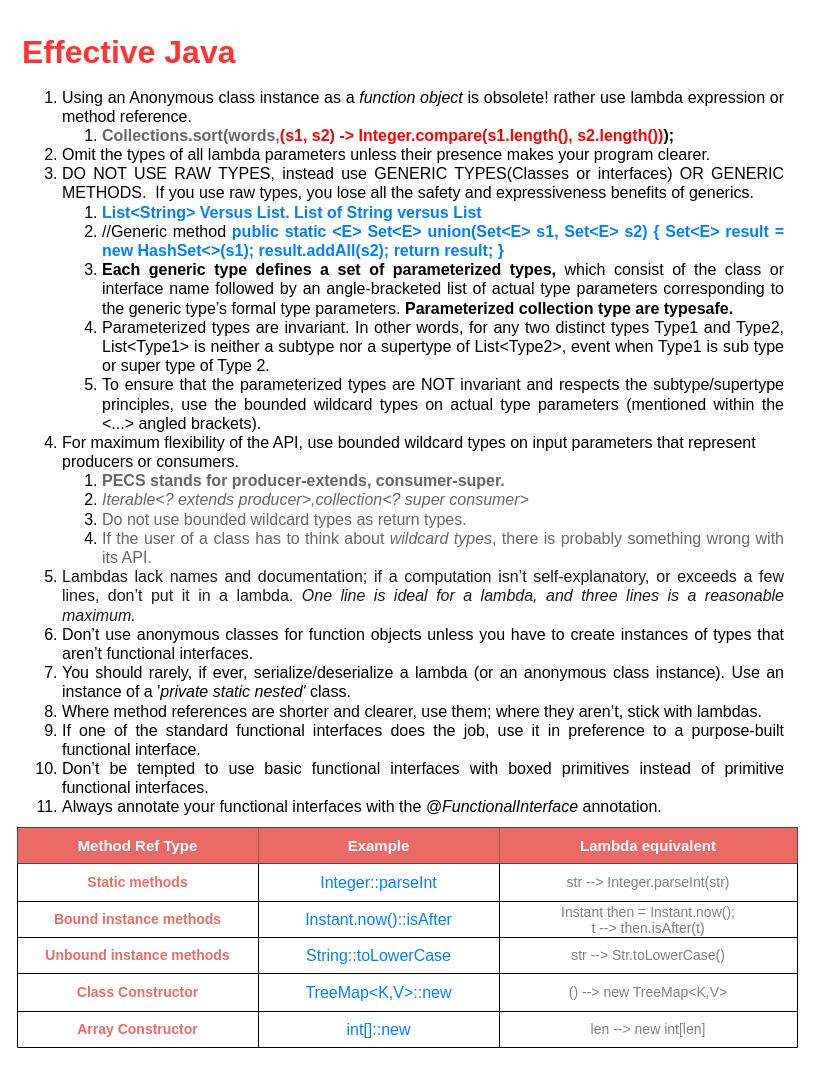
Above: page "Page-7" (6 of 6) of Java Collection Framework Data Structures.drawio in gaurjain/drawio (draw.io), before the change. Source tidied: cells renumbered, new cells numbered last; positions are measured from the earlier drawing's top-left corner, leaving out a move shared by most shapes. Both pictures are drawn from the tidied source at 100%, with x=0, y=0 at pixel (17, 27).
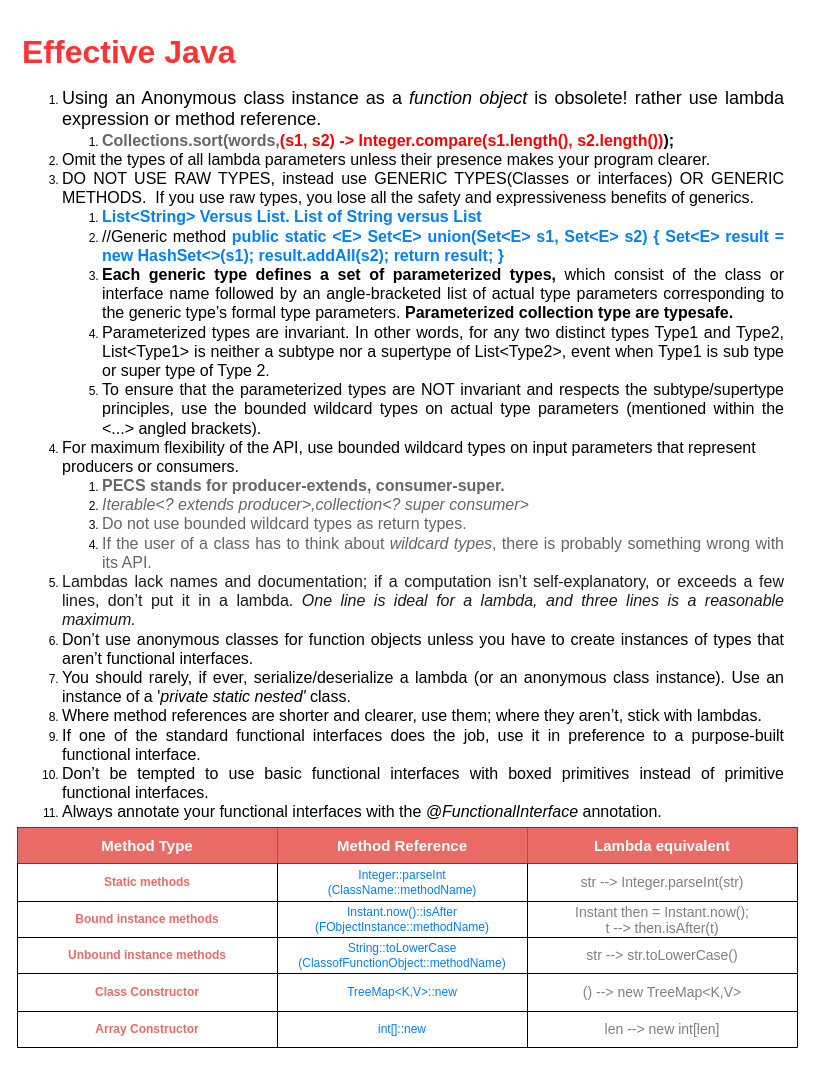
The same page after the edit.

Unchanged cells that the change refers to:
```xml
<mxCell id="4" style="shape=partialRectangle;html=1;whiteSpace=wrap;fillColor=none;top=0;left=0;bottom=0;right=0;" parent="3" vertex="1">
  <mxGeometry width="780" height="36" as="geometry" />
</mxCell>
<mxCell id="8" style="shape=partialRectangle;html=1;whiteSpace=wrap;fillColor=none;top=0;left=0;bottom=0;right=0;" parent="3" vertex="1">
  <mxGeometry y="36" width="780" height="38" as="geometry" />
</mxCell>
<mxCell id="12" style="shape=partialRectangle;html=1;whiteSpace=wrap;fillColor=none;top=0;left=0;bottom=0;right=0;" parent="3" vertex="1">
  <mxGeometry y="74" width="780" height="36" as="geometry" />
</mxCell>
<mxCell id="16" style="shape=partialRectangle;html=1;whiteSpace=wrap;fillColor=none;top=0;left=0;bottom=0;right=0;" parent="3" vertex="1">
  <mxGeometry y="110" width="780" height="36" as="geometry" />
</mxCell>
<mxCell id="20" style="shape=partialRectangle;html=1;whiteSpace=wrap;fillColor=none;top=0;left=0;bottom=0;right=0;" parent="3" vertex="1">
  <mxGeometry y="146" width="780" height="38" as="geometry" />
</mxCell>
<mxCell id="24" style="shape=partialRectangle;html=1;whiteSpace=wrap;fillColor=none;top=0;left=0;bottom=0;right=0;" parent="3" vertex="1">
  <mxGeometry y="184" width="780" height="36" as="geometry" />
</mxCell>
```

What changed in the source:
```diff
@@
-    <mxCell id="2" value="&lt;h1 style=&quot;text-align: justify&quot;&gt;&lt;font color=&quot;#ff3333&quot; style=&quot;font-size: 32px&quot;&gt;Effective Java&lt;/font&gt;&lt;/h1&gt;&lt;p&gt;&lt;/p&gt;&lt;ol style=&quot;font-size: 16px&quot;&gt;&lt;li style=&quot;text-align: justify&quot;&gt;&lt;font style=&quot;font-size: 16px&quot;&gt;Using an Anonymous class instance as a &lt;i&gt;function object&lt;/i&gt; is obsolete! rather use lambda expression or method reference.&lt;/font&gt;&lt;/li&gt;&lt;ol&gt;&lt;li style=&quot;text-align: justify&quot;&gt;&lt;font style=&quot;font-size: 16px&quot;&gt;&lt;b&gt;&lt;font color=&quot;#666666&quot; style=&quot;font-size: 16px&quot;&gt;Collections.sort(words,&lt;/font&gt;&lt;font color=&quot;#ff0000&quot; style=&quot;font-size: 16px&quot;&gt;(s1, s2) -&amp;gt; Integer.compare(s1.length(), s2.length())&lt;/font&gt;);&lt;/b&gt;&lt;/font&gt;&lt;/li&gt;&lt;/ol&gt;&lt;li style=&quot;text-align: justify&quot;&gt;&lt;font style=&quot;font-size: 16px&quot;&gt;Omit the types of all lambda parameters unless their presence makes your program clearer.&lt;br&gt;&lt;/font&gt;&lt;/li&gt;&lt;li style=&quot;text-align: justify&quot;&gt;&lt;font style=&quot;font-size: 16px&quot;&gt;DO NOT USE RAW TYPES, instead use GENERIC TYPES(Classes or interfaces) OR GENERIC METHODS.&amp;nbsp;&lt;/font&gt;&amp;nbsp;If you use raw types, you lose all the &lt;span&gt;safety and expressiveness benefits of generics.&lt;/span&gt;&lt;/li&gt;&lt;ol&gt;&lt;li style=&quot;text-align: justify&quot;&gt;&lt;span&gt;&lt;font color=&quot;#007fff&quot; style=&quot;font-size: 16px&quot;&gt;&lt;b&gt;List&amp;lt;String&amp;gt; Versus List. List of String versus List&lt;/b&gt;&lt;/font&gt;&lt;/span&gt;&lt;/li&gt;&lt;li style=&quot;text-align: justify&quot;&gt;&lt;span&gt;&lt;font style=&quot;font-size: 16px&quot;&gt;//Generic method&amp;nbsp;&lt;/font&gt;&lt;/span&gt;&lt;b&gt;&lt;font color=&quot;#007fff&quot; style=&quot;font-size: 16px&quot;&gt;public static &amp;lt;E&amp;gt; Set&amp;lt;E&amp;gt; union(Set&amp;lt;E&amp;gt; s1, Set&amp;lt;E&amp;gt; s2) { Set&amp;lt;E&amp;gt; result = new HashSet&amp;lt;&amp;gt;(s1); result.addAll(s2); return result; }&lt;/font&gt;&lt;/b&gt;&lt;/li&gt;&lt;li style=&quot;text-align: justify&quot;&gt;&lt;font style=&quot;font-size: 16px&quot;&gt;&lt;b&gt;Each generic type defines a set of parameterized types,&lt;/b&gt;&lt;span&gt; which consist of the class or interface name followed by an angle-bracketed list of actual type parameters corresponding to the generic type’s formal type parameters.&amp;nbsp;&lt;/span&gt;&lt;b&gt;Parameterized collection type are typesafe.&lt;/b&gt;&lt;/font&gt;&lt;/li&gt;&lt;li style=&quot;text-align: justify&quot;&gt;&lt;font style=&quot;font-size: 16px&quot;&gt;Parameterized types are invariant. In other words, for any two distinct types Type1 and Type2, List&amp;lt;Type1&amp;gt; is neither a subtype nor a supertype of List&amp;lt;Type2&amp;gt;, event when Type1 is sub type or super type of Type 2.&amp;nbsp;&lt;/font&gt;&lt;/li&gt;&lt;li style=&quot;text-align: justify&quot;&gt;&lt;font style=&quot;font-size: 16px&quot;&gt;To ensure that the parameterized types are NOT invariant and respects the subtype/supertype principles, use the bounded wildcard types on actual type parameters (mentioned within the &amp;lt;...&amp;gt; angled brackets).&amp;nbsp;&lt;/font&gt;&lt;/li&gt;&lt;/ol&gt;&lt;li&gt;&lt;span style=&quot;text-align: justify&quot;&gt;For maximum flexibility of the API,&amp;nbsp;use bounded wildcard types on input parameters that represent producers or consumers.&amp;nbsp;&lt;/span&gt;&lt;/li&gt;&lt;ol&gt;&lt;li&gt;&lt;b style=&quot;text-align: justify&quot;&gt;&lt;font color=&quot;#666666&quot; style=&quot;font-size: 16px&quot;&gt;PECS stands for producer-extends, consumer-super.&amp;nbsp;&lt;/font&gt;&lt;/b&gt;&lt;/li&gt;&lt;li&gt;&lt;i style=&quot;text-align: justify&quot;&gt;&lt;font color=&quot;#666666&quot; style=&quot;font-size: 16px&quot;&gt;Iterable&amp;lt;? extends producer&amp;gt;,collection&amp;lt;? super consumer&amp;gt;&lt;/font&gt;&lt;/i&gt;&lt;/li&gt;&lt;li style=&quot;text-align: justify&quot;&gt;&lt;font color=&quot;#666666&quot; style=&quot;font-size: 16px&quot;&gt;Do not use bounded wildcard types as return types.&lt;/font&gt;&lt;/li&gt;&lt;li style=&quot;text-align: justify&quot;&gt;&lt;font style=&quot;font-size: 16px&quot;&gt;&lt;font color=&quot;#666666&quot; style=&quot;font-size: 16px&quot;&gt;If the user of a class has to think about &lt;i&gt;wildcard types&lt;/i&gt;, there is probably something wrong with its API.&lt;/font&gt;&lt;br&gt;&lt;/font&gt;&lt;/li&gt;&lt;/ol&gt;&lt;li style=&quot;text-align: justify&quot;&gt;&lt;font style=&quot;font-size: 16px&quot;&gt;&lt;font color=&quot;#1a1a1a&quot; style=&quot;font-size: 16px&quot;&gt;Lambdas lack names and documentation; if a computation isn’t self-explanatory, or exceeds a few lines, don’t put it in a lambda.&amp;nbsp;&lt;/font&gt;&lt;i&gt;&lt;font color=&quot;#1a1a1a&quot; style=&quot;font-size: 16px&quot;&gt;One line is ideal for a lambda, and three lines is a reasonable maximum.&lt;/font&gt;&lt;br&gt;&lt;/i&gt;&lt;/font&gt;&lt;/li&gt;&lt;li style=&quot;text-align: justify&quot;&gt;&lt;font style=&quot;font-size: 16px&quot;&gt;Don’t use anonymous classes for function objects unless you have to create instances of types that aren’t functional interfaces.&amp;nbsp;&lt;br&gt;&lt;/font&gt;&lt;/li&gt;&lt;li style=&quot;text-align: justify&quot;&gt;&lt;font style=&quot;font-size: 16px&quot;&gt;You should rarely, if ever, serialize/deserialize a lambda (or an anonymous class instance). Use an instance of a '&lt;i&gt;private static nested'&lt;/i&gt; class.&lt;br&gt;&lt;/font&gt;&lt;/li&gt;&lt;li style=&quot;text-align: justify&quot;&gt;&lt;font style=&quot;font-size: 16px&quot;&gt;Where method references are shorter and clearer, use them; where they aren’t, stick with lambdas.&lt;br&gt;&lt;/font&gt;&lt;/li&gt;&lt;li style=&quot;text-align: justify&quot;&gt;&lt;font style=&quot;font-size: 16px&quot;&gt;If one of the standard functional interfaces does the job, use it in preference to a purpose-built functional interface.&lt;br&gt;&lt;/font&gt;&lt;/li&gt;&lt;li style=&quot;text-align: justify&quot;&gt;&lt;font style=&quot;font-size: 16px&quot;&gt;Don’t be tempted to use basic functional interfaces with boxed primitives instead of primitive functional interfaces.&lt;br&gt;&lt;/font&gt;&lt;/li&gt;&lt;li style=&quot;text-align: justify&quot;&gt;&lt;font style=&quot;font-size: 16px&quot;&gt;Always annotate your functional interfaces with the &lt;i&gt;@FunctionalInterface&lt;/i&gt; annotation.&lt;/font&gt;&lt;/li&gt;&lt;/ol&gt;&lt;p&gt;&lt;/p&gt;" style="text;html=1;strokeColor=none;fillColor=none;spacing=5;spacingTop=-20;whiteSpace=wrap;overflow=hidden;rounded=0;" parent="1" vertex="1">
+    <mxCell id="2" value="&lt;h1 style=&quot;text-align: justify&quot;&gt;&lt;font color=&quot;#ff3333&quot; style=&quot;font-size: 32px&quot;&gt;Effective Java&lt;/font&gt;&lt;/h1&gt;&lt;p&gt;&lt;/p&gt;&lt;ol&gt;&lt;li style=&quot;text-align: justify&quot;&gt;&lt;font style=&quot;font-size: 18px&quot;&gt;Using an Anonymous class instance as a &lt;i&gt;function object&lt;/i&gt; is obsolete! rather use lambda expression or method reference.&lt;/font&gt;&lt;/li&gt;&lt;ol&gt;&lt;li style=&quot;text-align: justify&quot;&gt;&lt;font size=&quot;3&quot;&gt;&lt;b&gt;&lt;font color=&quot;#666666&quot;&gt;Collections.sort(words,&lt;/font&gt;&lt;font color=&quot;#ff0000&quot;&gt;(s1, s2) -&amp;gt; Integer.compare(s1.length(), s2.length())&lt;/font&gt;);&lt;/b&gt;&lt;/font&gt;&lt;/li&gt;&lt;/ol&gt;&lt;li style=&quot;text-align: justify&quot;&gt;&lt;font size=&quot;3&quot;&gt;Omit the types of all lambda parameters unless their presence makes your program clearer.&lt;br&gt;&lt;/font&gt;&lt;/li&gt;&lt;li style=&quot;text-align: justify&quot;&gt;&lt;font size=&quot;3&quot;&gt;&lt;font&gt;DO NOT USE RAW TYPES, instead use GENERIC TYPES(Classes or interfaces) OR GENERIC METHODS.&amp;nbsp;&lt;/font&gt;&amp;nbsp;If you use raw types, you lose all the &lt;span&gt;safety and expressiveness benefits of generics.&lt;/span&gt;&lt;/font&gt;&lt;/li&gt;&lt;ol&gt;&lt;li style=&quot;text-align: justify&quot;&gt;&lt;span&gt;&lt;font color=&quot;#007fff&quot; size=&quot;3&quot;&gt;&lt;b&gt;List&amp;lt;String&amp;gt; Versus List. List of String versus List&lt;/b&gt;&lt;/font&gt;&lt;/span&gt;&lt;/li&gt;&lt;li style=&quot;text-align: justify&quot;&gt;&lt;font size=&quot;3&quot;&gt;&lt;span&gt;&lt;font&gt;//Generic method&amp;nbsp;&lt;/font&gt;&lt;/span&gt;&lt;b&gt;&lt;font color=&quot;#007fff&quot;&gt;public static &amp;lt;E&amp;gt; Set&amp;lt;E&amp;gt; union(Set&amp;lt;E&amp;gt; s1, Set&amp;lt;E&amp;gt; s2) { Set&amp;lt;E&amp;gt; result = new HashSet&amp;lt;&amp;gt;(s1); result.addAll(s2); return result; }&lt;/font&gt;&lt;/b&gt;&lt;/font&gt;&lt;/li&gt;&lt;li style=&quot;text-align: justify&quot;&gt;&lt;font size=&quot;3&quot;&gt;&lt;b&gt;Each generic type defines a set of parameterized types,&lt;/b&gt;&lt;span&gt; which consist of the class or interface name followed by an angle-bracketed list of actual type parameters corresponding to the generic type’s formal type parameters.&amp;nbsp;&lt;/span&gt;&lt;b&gt;Parameterized collection type are typesafe.&lt;/b&gt;&lt;/font&gt;&lt;/li&gt;&lt;li style=&quot;text-align: justify&quot;&gt;&lt;font size=&quot;3&quot;&gt;Parameterized types are invariant. In other words, for any two distinct types Type1 and Type2, List&amp;lt;Type1&amp;gt; is neither a subtype nor a supertype of List&amp;lt;Type2&amp;gt;, event when Type1 is sub type or super type of Type 2.&amp;nbsp;&lt;/font&gt;&lt;/li&gt;&lt;li style=&quot;text-align: justify&quot;&gt;&lt;font size=&quot;3&quot;&gt;To ensure that the parameterized types are NOT invariant and respects the subtype/supertype principles, use the bounded wildcard types on actual type parameters (mentioned within the &amp;lt;...&amp;gt; angled brackets).&amp;nbsp;&lt;/font&gt;&lt;/li&gt;&lt;/ol&gt;&lt;li&gt;&lt;span style=&quot;text-align: justify&quot;&gt;&lt;font size=&quot;3&quot;&gt;For maximum flexibility of the API,&amp;nbsp;use bounded wildcard types on input parameters that represent producers or consumers.&amp;nbsp;&lt;/font&gt;&lt;/span&gt;&lt;/li&gt;&lt;ol&gt;&lt;li&gt;&lt;b style=&quot;text-align: justify&quot;&gt;&lt;font color=&quot;#666666&quot; size=&quot;3&quot;&gt;PECS stands for producer-extends, consumer-super.&amp;nbsp;&lt;/font&gt;&lt;/b&gt;&lt;/li&gt;&lt;li&gt;&lt;i style=&quot;text-align: justify&quot;&gt;&lt;font color=&quot;#666666&quot; size=&quot;3&quot;&gt;Iterable&amp;lt;? extends producer&amp;gt;,collection&amp;lt;? super consumer&amp;gt;&lt;/font&gt;&lt;/i&gt;&lt;/li&gt;&lt;li style=&quot;text-align: justify&quot;&gt;&lt;font color=&quot;#666666&quot; size=&quot;3&quot;&gt;Do not use bounded wildcard types as return types.&lt;/font&gt;&lt;/li&gt;&lt;li style=&quot;text-align: justify&quot;&gt;&lt;font size=&quot;3&quot;&gt;&lt;font color=&quot;#666666&quot;&gt;If the user of a class has to think about &lt;i&gt;wildcard types&lt;/i&gt;, there is probably something wrong with its API.&lt;/font&gt;&lt;br&gt;&lt;/font&gt;&lt;/li&gt;&lt;/ol&gt;&lt;li style=&quot;text-align: justify&quot;&gt;&lt;font size=&quot;3&quot;&gt;&lt;font color=&quot;#1a1a1a&quot;&gt;Lambdas lack names and documentation; if a computation isn’t self-explanatory, or exceeds a few lines, don’t put it in a lambda.&amp;nbsp;&lt;/font&gt;&lt;i&gt;&lt;font color=&quot;#1a1a1a&quot;&gt;One line is ideal for a lambda, and three lines is a reasonable maximum.&lt;/font&gt;&lt;br&gt;&lt;/i&gt;&lt;/font&gt;&lt;/li&gt;&lt;li style=&quot;text-align: justify&quot;&gt;&lt;font size=&quot;3&quot;&gt;Don’t use anonymous classes for function objects unless you have to create instances of types that aren’t functional interfaces.&amp;nbsp;&lt;br&gt;&lt;/font&gt;&lt;/li&gt;&lt;li style=&quot;text-align: justify&quot;&gt;&lt;font size=&quot;3&quot;&gt;You should rarely, if ever, serialize/deserialize a lambda (or an anonymous class instance). Use an instance of a '&lt;i&gt;private static nested'&lt;/i&gt; class.&lt;br&gt;&lt;/font&gt;&lt;/li&gt;&lt;li style=&quot;text-align: justify&quot;&gt;&lt;font size=&quot;3&quot;&gt;Where method references are shorter and clearer, use them; where they aren’t, stick with lambdas.&lt;br&gt;&lt;/font&gt;&lt;/li&gt;&lt;li style=&quot;text-align: justify&quot;&gt;&lt;font size=&quot;3&quot;&gt;If one of the standard functional interfaces does the job, use it in preference to a purpose-built functional interface.&lt;br&gt;&lt;/font&gt;&lt;/li&gt;&lt;li style=&quot;text-align: justify&quot;&gt;&lt;font size=&quot;3&quot;&gt;Don’t be tempted to use basic functional interfaces with boxed primitives instead of primitive functional interfaces.&lt;br&gt;&lt;/font&gt;&lt;/li&gt;&lt;li style=&quot;text-align: justify&quot;&gt;&lt;font size=&quot;3&quot;&gt;Always annotate your functional interfaces with the &lt;i&gt;@FunctionalInterface&lt;/i&gt; annotation.&lt;/font&gt;&lt;/li&gt;&lt;/ol&gt;&lt;p&gt;&lt;/p&gt;" style="text;html=1;strokeColor=none;fillColor=none;spacing=5;spacingTop=-20;whiteSpace=wrap;overflow=hidden;rounded=0;" parent="1" vertex="1">
       <mxGeometry width="770" height="800" as="geometry" />
     </mxCell>
@@
-    <mxCell id="5" value="Method Ref Type" style="shape=partialRectangle;html=1;whiteSpace=wrap;overflow=hidden;top=0;left=0;bottom=0;right=0;fontSize=15;fontStyle=1;fontColor=#ffffff;strokeColor=none;fillColor=#EA6B66;" parent="4" vertex="1">
-      <mxGeometry width="241" height="36" as="geometry" />
+    <mxCell id="5" value="Method Type" style="shape=partialRectangle;html=1;whiteSpace=wrap;overflow=hidden;top=0;left=0;bottom=0;right=0;fontSize=15;fontStyle=1;fontColor=#ffffff;strokeColor=none;fillColor=#EA6B66;" parent="4" vertex="1">
+      <mxGeometry width="260" height="36" as="geometry" />
     </mxCell>
-    <mxCell id="6" value="Example" style="shape=partialRectangle;html=1;whiteSpace=wrap;overflow=hidden;top=0;left=0;bottom=0;right=0;fontSize=15;fontStyle=1;fontColor=#ffffff;strokeColor=none;fillColor=#EA6B66;" parent="4" vertex="1">
-      <mxGeometry x="241" width="241" height="36" as="geometry" />
+    <mxCell id="6" value="Method Reference" style="shape=partialRectangle;html=1;whiteSpace=wrap;overflow=hidden;top=0;left=0;bottom=0;right=0;fontSize=15;fontStyle=1;fontColor=#ffffff;strokeColor=none;fillColor=#EA6B66;" parent="4" vertex="1">
+      <mxGeometry x="260" width="250" height="36" as="geometry" />
     </mxCell>
     <mxCell id="7" value="Lambda equivalent" style="shape=partialRectangle;html=1;whiteSpace=wrap;overflow=hidden;top=0;left=0;bottom=0;right=0;fontSize=15;fontStyle=1;fontColor=#ffffff;strokeColor=none;fillColor=#EA6B66;" parent="4" vertex="1">
-      <mxGeometry x="482" width="298" height="36" as="geometry" />
+      <mxGeometry x="510" width="270" height="36" as="geometry" />
     </mxCell>
@@
-    <mxCell id="9" value="Static methods" style="shape=partialRectangle;html=1;whiteSpace=wrap;overflow=hidden;fillColor=none;top=0;left=0;bottom=0;right=0;fontSize=14;fontColor=#EA6B66;fontStyle=1;" parent="8" vertex="1">
-      <mxGeometry width="241" height="38" as="geometry" />
+    <mxCell id="9" value="Static methods" style="shape=partialRectangle;html=1;whiteSpace=wrap;overflow=hidden;fillColor=none;top=0;left=0;bottom=0;right=0;fontSize=12;fontColor=#EA6B66;fontStyle=1;" parent="8" vertex="1">
+      <mxGeometry width="260" height="38" as="geometry" />
     </mxCell>
-    <mxCell id="10" value="Integer::parseInt" style="shape=partialRectangle;html=1;whiteSpace=wrap;overflow=hidden;fillColor=none;top=0;left=0;bottom=0;right=0;fontColor=#007FFF;fontSize=16;" parent="8" vertex="1">
-      <mxGeometry x="241" width="241" height="38" as="geometry" />
+    <mxCell id="10" value="Integer::parseInt &lt;br&gt;(ClassName::methodName)" style="shape=partialRectangle;html=1;whiteSpace=wrap;overflow=hidden;fillColor=none;top=0;left=0;bottom=0;right=0;fontColor=#007FFF;fontSize=12;" parent="8" vertex="1">
+      <mxGeometry x="260" width="250" height="38" as="geometry" />
     </mxCell>
     <mxCell id="11" value="str --&amp;gt; Integer.parseInt(str)" style="shape=partialRectangle;html=1;whiteSpace=wrap;overflow=hidden;fillColor=none;top=0;left=0;bottom=0;right=0;fontColor=#808080;fontSize=14;" parent="8" vertex="1">
-      <mxGeometry x="482" width="298" height="38" as="geometry" />
+      <mxGeometry x="510" width="270" height="38" as="geometry" />
     </mxCell>
@@
-    <mxCell id="13" value="Bound instance methods" style="shape=partialRectangle;html=1;whiteSpace=wrap;overflow=hidden;fillColor=none;top=0;left=0;bottom=0;right=0;fontSize=14;fontColor=#EA6B66;fontStyle=1;" parent="12" vertex="1">
-      <mxGeometry width="241" height="36" as="geometry" />
+    <mxCell id="13" value="Bound instance methods" style="shape=partialRectangle;html=1;whiteSpace=wrap;overflow=hidden;fillColor=none;top=0;left=0;bottom=0;right=0;fontSize=12;fontColor=#EA6B66;fontStyle=1;" parent="12" vertex="1">
+      <mxGeometry width="260" height="36" as="geometry" />
     </mxCell>
-    <mxCell id="14" value="Instant.now()::isAfter" style="shape=partialRectangle;html=1;whiteSpace=wrap;overflow=hidden;fillColor=none;top=0;left=0;bottom=0;right=0;fontColor=#007FFF;fontSize=16;" parent="12" vertex="1">
-      <mxGeometry x="241" width="241" height="36" as="geometry" />
+    <mxCell id="14" value="Instant.now()::isAfter&lt;br&gt;(FObjectInstance::methodName)" style="shape=partialRectangle;html=1;whiteSpace=wrap;overflow=hidden;fillColor=none;top=0;left=0;bottom=0;right=0;fontColor=#007FFF;fontSize=12;" parent="12" vertex="1">
+      <mxGeometry x="260" width="250" height="36" as="geometry" />
     </mxCell>
     <mxCell id="15" value="Instant then = Instant.now();&lt;br style=&quot;font-size: 14px;&quot;&gt;t --&amp;gt; then.isAfter(t)" style="shape=partialRectangle;html=1;whiteSpace=wrap;overflow=hidden;fillColor=none;top=0;left=0;bottom=0;right=0;fontColor=#808080;fontSize=14;" parent="12" vertex="1">
-      <mxGeometry x="482" width="298" height="36" as="geometry" />
+      <mxGeometry x="510" width="270" height="36" as="geometry" />
     </mxCell>
@@
-    <mxCell id="17" value="Unbound instance methods" style="shape=partialRectangle;html=1;whiteSpace=wrap;overflow=hidden;fillColor=none;top=0;left=0;bottom=0;right=0;fontSize=14;fontColor=#EA6B66;fontStyle=1;" parent="16" vertex="1">
-      <mxGeometry width="241" height="36" as="geometry" />
+    <mxCell id="17" value="Unbound instance methods" style="shape=partialRectangle;html=1;whiteSpace=wrap;overflow=hidden;fillColor=none;top=0;left=0;bottom=0;right=0;fontSize=12;fontColor=#EA6B66;fontStyle=1;" parent="16" vertex="1">
+      <mxGeometry width="260" height="36" as="geometry" />
     </mxCell>
-    <mxCell id="18" value="String::toLowerCase" style="shape=partialRectangle;html=1;whiteSpace=wrap;overflow=hidden;fillColor=none;top=0;left=0;bottom=0;right=0;fontColor=#007FFF;fontSize=16;" parent="16" vertex="1">
-      <mxGeometry x="241" width="241" height="36" as="geometry" />
+    <mxCell id="18" value="String::toLowerCase&lt;br&gt;(ClassofFunctionObject::methodName)" style="shape=partialRectangle;html=1;whiteSpace=wrap;overflow=hidden;fillColor=none;top=0;left=0;bottom=0;right=0;fontColor=#007FFF;fontSize=12;" parent="16" vertex="1">
+      <mxGeometry x="260" width="250" height="36" as="geometry" />
     </mxCell>
-    <mxCell id="19" value="str --&amp;gt; Str.toLowerCase()" style="shape=partialRectangle;html=1;whiteSpace=wrap;overflow=hidden;fillColor=none;top=0;left=0;bottom=0;right=0;fontColor=#808080;fontSize=14;" parent="16" vertex="1">
-      <mxGeometry x="482" width="298" height="36" as="geometry" />
+    <mxCell id="19" value="str --&amp;gt; str.toLowerCase()" style="shape=partialRectangle;html=1;whiteSpace=wrap;overflow=hidden;fillColor=none;top=0;left=0;bottom=0;right=0;fontColor=#808080;fontSize=14;" parent="16" vertex="1">
+      <mxGeometry x="510" width="270" height="36" as="geometry" />
     </mxCell>
@@
-    <mxCell id="21" value="Class Constructor" style="shape=partialRectangle;html=1;whiteSpace=wrap;overflow=hidden;fillColor=none;top=0;left=0;bottom=0;right=0;fontSize=14;fontColor=#EA6B66;fontStyle=1;" parent="20" vertex="1">
-      <mxGeometry width="241" height="38" as="geometry" />
+    <mxCell id="21" value="Class Constructor" style="shape=partialRectangle;html=1;whiteSpace=wrap;overflow=hidden;fillColor=none;top=0;left=0;bottom=0;right=0;fontSize=12;fontColor=#EA6B66;fontStyle=1;" parent="20" vertex="1">
+      <mxGeometry width="260" height="38" as="geometry" />
     </mxCell>
-    <mxCell id="22" value="TreeMap&amp;lt;K,V&amp;gt;::new" style="shape=partialRectangle;html=1;whiteSpace=wrap;overflow=hidden;fillColor=none;top=0;left=0;bottom=0;right=0;fontColor=#007FFF;fontSize=16;" parent="20" vertex="1">
-      <mxGeometry x="241" width="241" height="38" as="geometry" />
+    <mxCell id="22" value="TreeMap&amp;lt;K,V&amp;gt;::new" style="shape=partialRectangle;html=1;whiteSpace=wrap;overflow=hidden;fillColor=none;top=0;left=0;bottom=0;right=0;fontColor=#007FFF;fontSize=12;" parent="20" vertex="1">
+      <mxGeometry x="260" width="250" height="38" as="geometry" />
     </mxCell>
     <mxCell id="23" value="() --&amp;gt; new TreeMap&amp;lt;K,V&amp;gt;" style="shape=partialRectangle;html=1;whiteSpace=wrap;overflow=hidden;fillColor=none;top=0;left=0;bottom=0;right=0;fontColor=#808080;fontSize=14;" parent="20" vertex="1">
-      <mxGeometry x="482" width="298" height="38" as="geometry" />
+      <mxGeometry x="510" width="270" height="38" as="geometry" />
     </mxCell>
@@
-    <mxCell id="25" value="Array Constructor" style="shape=partialRectangle;html=1;whiteSpace=wrap;overflow=hidden;fillColor=none;top=0;left=0;bottom=0;right=0;fontSize=14;fontColor=#EA6B66;fontStyle=1;" parent="24" vertex="1">
-      <mxGeometry width="241" height="36" as="geometry" />
+    <mxCell id="25" value="Array Constructor" style="shape=partialRectangle;html=1;whiteSpace=wrap;overflow=hidden;fillColor=none;top=0;left=0;bottom=0;right=0;fontSize=12;fontColor=#EA6B66;fontStyle=1;" parent="24" vertex="1">
+      <mxGeometry width="260" height="36" as="geometry" />
     </mxCell>
-    <mxCell id="26" value="int[]::new" style="shape=partialRectangle;html=1;whiteSpace=wrap;overflow=hidden;fillColor=none;top=0;left=0;bottom=0;right=0;fontColor=#007FFF;fontSize=16;" parent="24" vertex="1">
-      <mxGeometry x="241" width="241" height="36" as="geometry" />
+    <mxCell id="26" value="int[]::new" style="shape=partialRectangle;html=1;whiteSpace=wrap;overflow=hidden;fillColor=none;top=0;left=0;bottom=0;right=0;fontColor=#007FFF;fontSize=12;" parent="24" vertex="1">
+      <mxGeometry x="260" width="250" height="36" as="geometry" />
     </mxCell>
     <mxCell id="27" value="len --&amp;gt; new int[len]" style="shape=partialRectangle;html=1;whiteSpace=wrap;overflow=hidden;fillColor=none;top=0;left=0;bottom=0;right=0;fontColor=#808080;fontSize=14;" parent="24" vertex="1">
-      <mxGeometry x="482" width="298" height="36" as="geometry" />
+      <mxGeometry x="510" width="270" height="36" as="geometry" />
     </mxCell>
```
